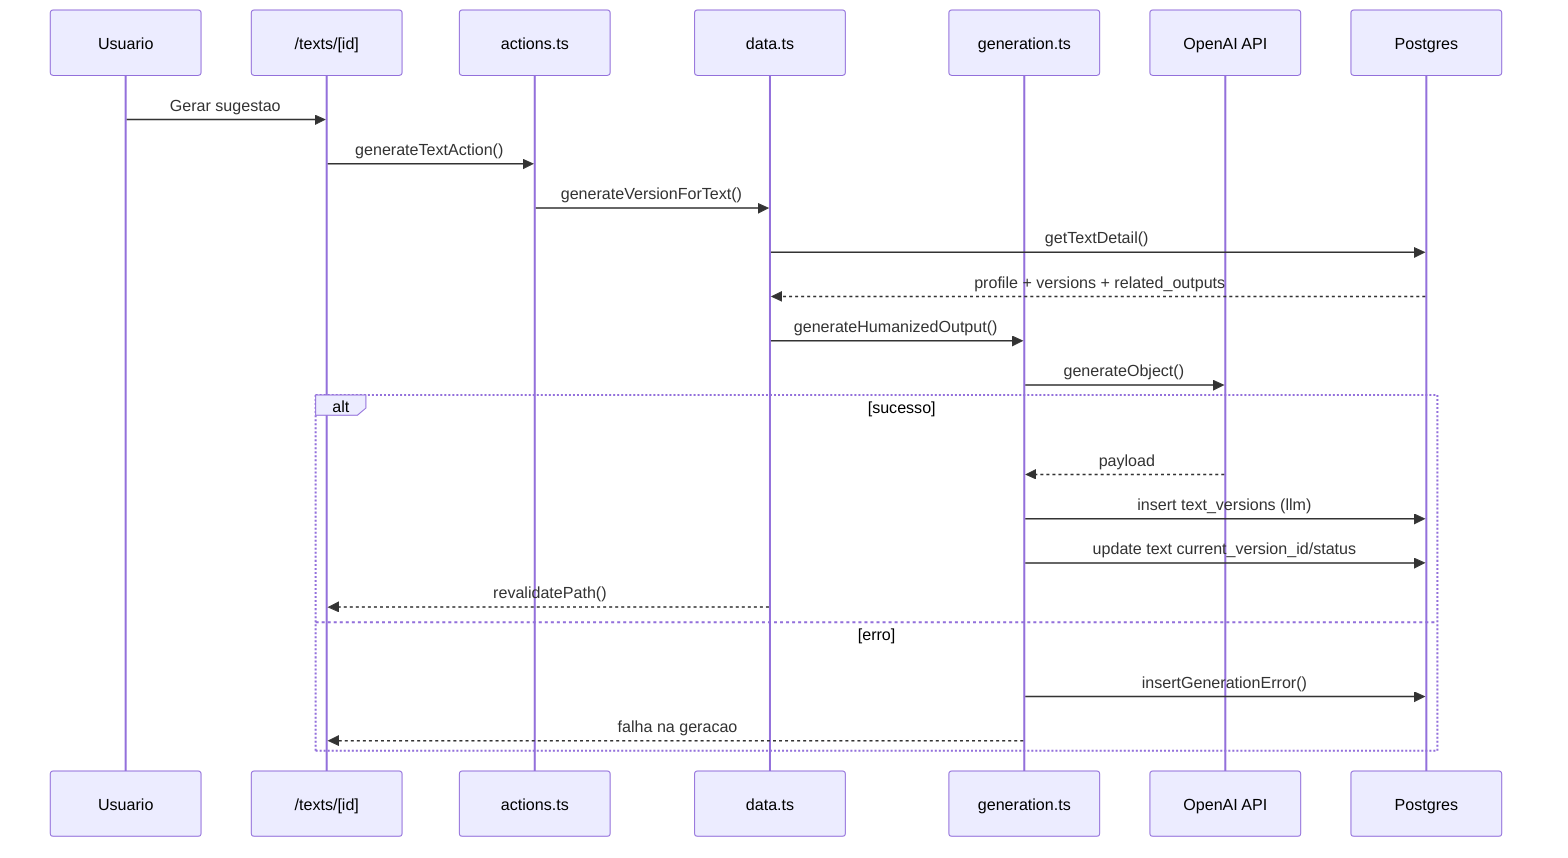
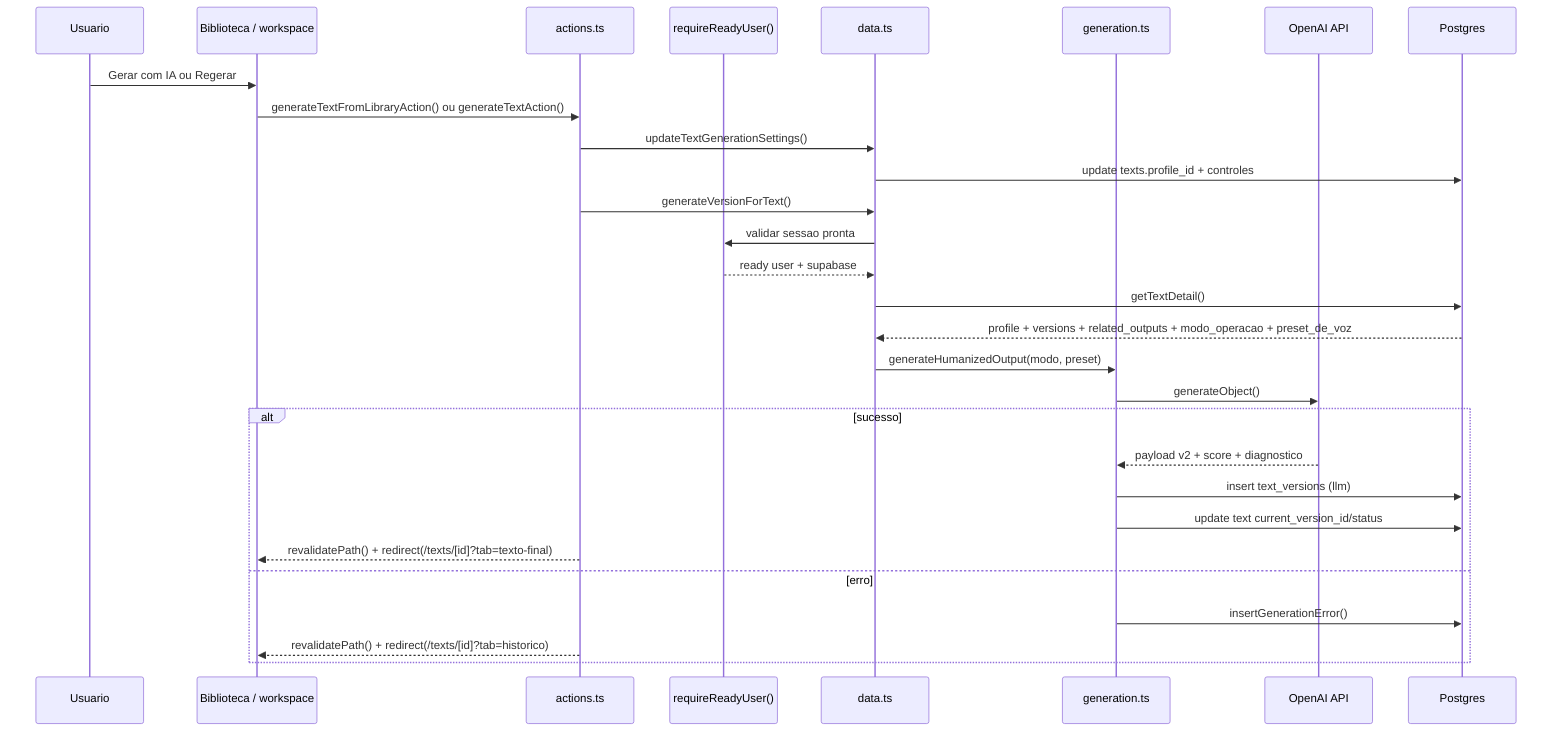
sequenceDiagram
  participant U as Usuario
-   participant P as /texts/[id]
+   participant P as Biblioteca / workspace
  participant A as actions.ts
+   participant AUTH as requireReadyUser()
  participant D as data.ts
  participant G as generation.ts
  participant O as OpenAI API
  participant DB as Postgres

-   U->>P: Gerar sugestao
-   P->>A: generateTextAction()
+   U->>P: Gerar com IA ou Regerar
+   P->>A: generateTextFromLibraryAction() ou generateTextAction()
+   A->>D: updateTextGenerationSettings()
+   D->>DB: update texts.profile_id + controles
  A->>D: generateVersionForText()
+   D->>AUTH: validar sessao pronta
+   AUTH-->>D: ready user + supabase
  D->>DB: getTextDetail()
-   DB-->>D: profile + versions + related_outputs
-   D->>G: generateHumanizedOutput()
+   DB-->>D: profile + versions + related_outputs + modo_operacao + preset_de_voz
+   D->>G: generateHumanizedOutput(modo, preset)
  G->>O: generateObject()

  alt sucesso
-     O-->>G: payload
+     O-->>G: payload v2 + score + diagnostico
    G->>DB: insert text_versions (llm)
    G->>DB: update text current_version_id/status
-     D-->>P: revalidatePath()
+     A-->>P: revalidatePath() + redirect(/texts/[id]?tab=texto-final)
  else erro
    G->>DB: insertGenerationError()
-     G-->>P: falha na geracao
+     A-->>P: revalidatePath() + redirect(/texts/[id]?tab=historico)
  end
